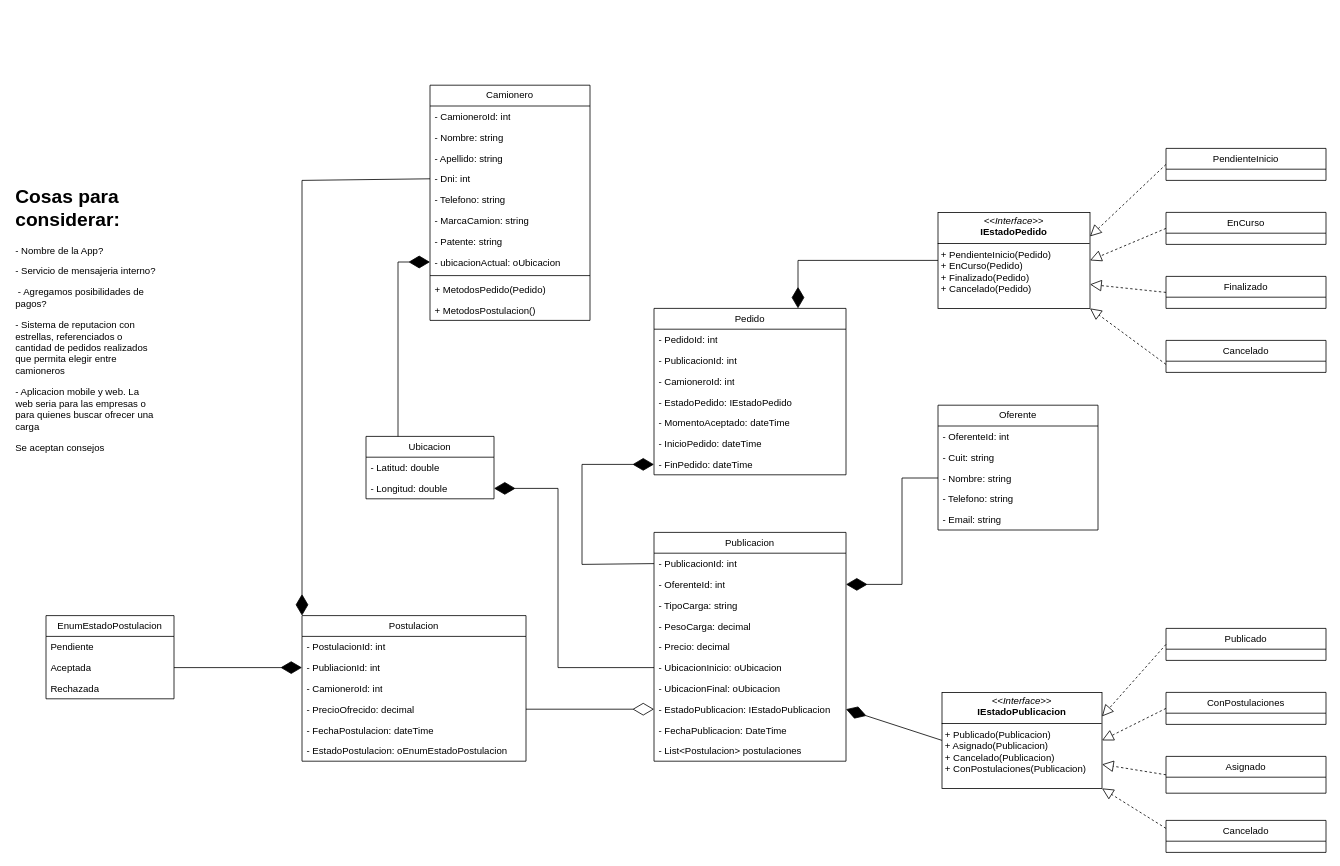
Earlier version of the draw.io diagram CargaGO.drawio (Francisco-Galea/Diagramas-y-Otros). Source tidied: cells renumbered, new cells numbered last; positions are measured from the earlier drawing's top-left corner, leaving out a move shared by most shapes. Both pictures are drawn from the tidied source at 80%, with x=0, y=0 at pixel (14, 85).
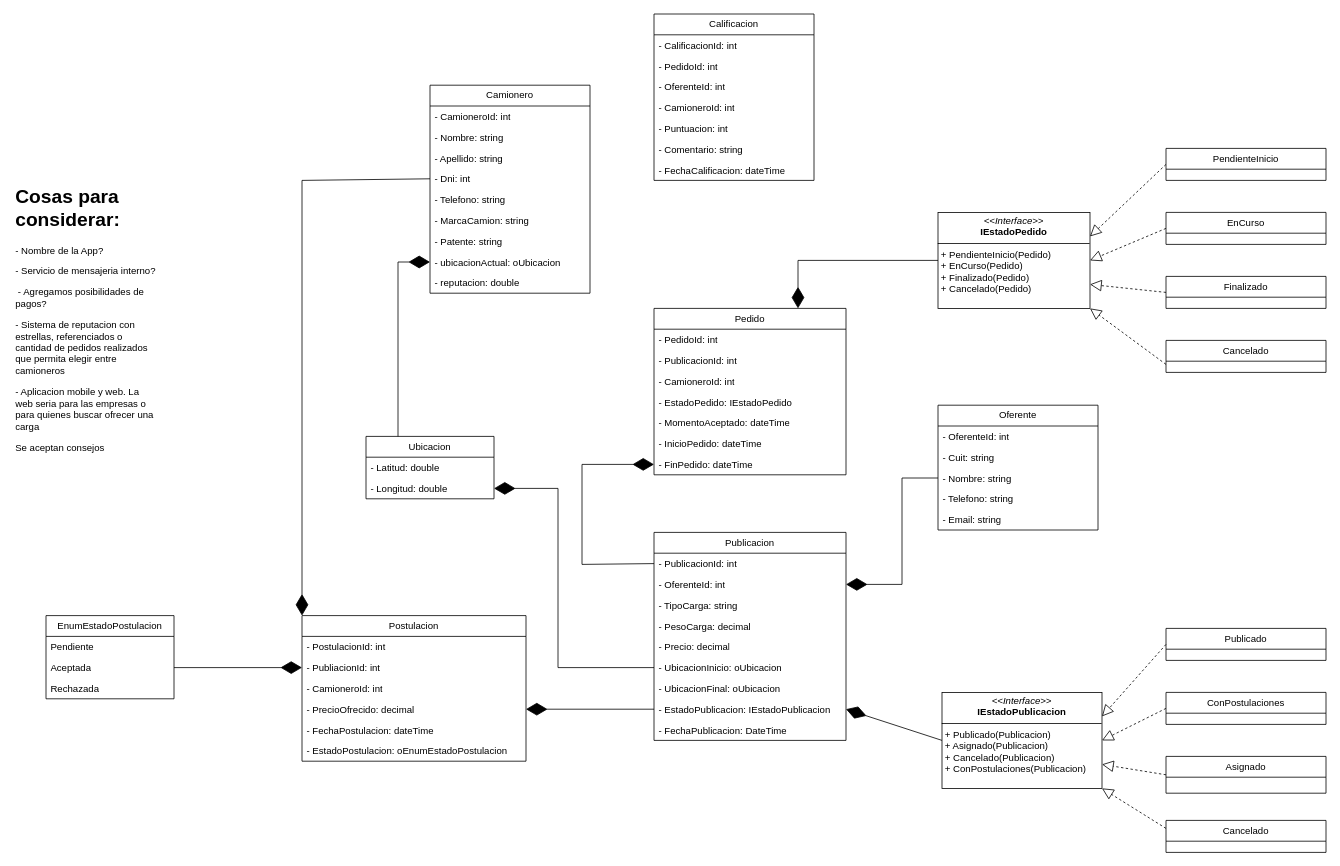
The same diagram, later.

Unchanged cells that the change refers to:
```xml
<mxCell id="28" value="- EstadoPublicacion: IEstadoPublicacion" style="text;strokeColor=none;fillColor=none;align=left;verticalAlign=top;spacingLeft=4;spacingRight=4;overflow=hidden;points=[[0,0.5],[1,0.5]];portConstraint=eastwest;whiteSpace=wrap;html=1;" parent="20" vertex="1">
  <mxGeometry y="208" width="240" height="26" as="geometry" />
</mxCell>
<mxCell id="46" value="- PrecioOfrecido: decimal" style="text;strokeColor=none;fillColor=none;align=left;verticalAlign=top;spacingLeft=4;spacingRight=4;overflow=hidden;points=[[0,0.5],[1,0.5]];portConstraint=eastwest;whiteSpace=wrap;html=1;" parent="42" vertex="1">
  <mxGeometry y="104" width="280" height="26" as="geometry" />
</mxCell>
```

Diff of the diagram source:
```diff
@@
     <mxCell id="2" value="Camionero" style="swimlane;fontStyle=0;horizontal=1;startSize=26;fillColor=none;whiteSpace=wrap;html=1;" parent="1" vertex="1">
-      <mxGeometry x="520" width="200" height="294" as="geometry" />
+      <mxGeometry x="520" width="200" height="260" as="geometry" />
     </mxCell>
@@
-    <mxCell id="11" style="line;strokeWidth=1;fillColor=none;align=left;verticalAlign=middle;spacingTop=-1;spacingLeft=3;spacingRight=3;labelPosition=right;strokeColor=inherit;" parent="2" vertex="1">
-      <mxGeometry y="234" width="200" height="8" as="geometry" />
-    </mxCell>
-    <mxCell id="12" value="+ MetodosPedido(Pedido)" style="text;strokeColor=none;fillColor=none;align=left;verticalAlign=top;spacingLeft=4;spacingRight=4;overflow=hidden;whiteSpace=wrap;html=1;" parent="2" vertex="1">
-      <mxGeometry y="242" width="200" height="26" as="geometry" />
-    </mxCell>
-    <mxCell id="13" value="+ MetodosPostulacion()" style="text;strokeColor=none;fillColor=none;align=left;verticalAlign=top;spacingLeft=4;spacingRight=4;overflow=hidden;whiteSpace=wrap;html=1;" parent="2" vertex="1">
-      <mxGeometry y="268" width="200" height="26" as="geometry" />
-    </mxCell>
+    <mxCell id="81" value="- reputacion: double" style="text;strokeColor=none;fillColor=none;align=left;verticalAlign=top;spacingLeft=4;spacingRight=4;overflow=hidden;whiteSpace=wrap;html=1;" parent="2" vertex="1">
+      <mxGeometry y="234" width="200" height="26" as="geometry" />
+    </mxCell>
@@
     <mxCell id="20" value="Publicacion" style="swimlane;fontStyle=0;horizontal=1;startSize=26;fillColor=none;whiteSpace=wrap;html=1;" parent="1" vertex="1">
-      <mxGeometry x="800" y="559" width="240" height="286" as="geometry" />
+      <mxGeometry x="800" y="559" width="240" height="260" as="geometry" />
     </mxCell>
@@
-    <mxCell id="30" value="- List&amp;lt;Postulacion&amp;gt; postulaciones" style="text;strokeColor=none;fillColor=none;align=left;verticalAlign=top;spacingLeft=4;spacingRight=4;overflow=hidden;whiteSpace=wrap;html=1;" parent="20" vertex="1">
-      <mxGeometry y="260" width="240" height="26" as="geometry" />
-    </mxCell>
@@
-    <mxCell id="64" style="endArrow=diamondThin;endFill=0;endSize=24;html=1;rounded=0;entryX=0;entryY=0.5;entryDx=0;entryDy=0;exitX=1;exitY=0.5;exitDx=0;exitDy=0;" parent="1" edge="1" source="46" target="28">
-      <mxGeometry relative="1" as="geometry" />
-    </mxCell>
@@
+    <mxCell id="82" style="endArrow=diamondThin;endFill=1;endSize=24;html=1;rounded=0;exitX=0;exitY=0.5;exitDx=0;exitDy=0;entryX=1;entryY=0.5;entryDx=0;entryDy=0;" parent="1" edge="1" source="28" target="46">
+      <mxGeometry relative="1" as="geometry" />
+    </mxCell>
+    <mxCell id="83" value="Calificacion" style="swimlane;fontStyle=0;horizontal=1;startSize=26;fillColor=none;whiteSpace=wrap;html=1;" parent="1" vertex="1">
+      <mxGeometry x="800" y="-89" width="200" height="208" as="geometry" />
+    </mxCell>
+    <mxCell id="84" value="- CalificacionId: int" style="text;strokeColor=none;fillColor=none;align=left;verticalAlign=top;spacingLeft=4;spacingRight=4;overflow=hidden;whiteSpace=wrap;html=1;" parent="83" vertex="1">
+      <mxGeometry y="26" width="200" height="26" as="geometry" />
+    </mxCell>
+    <mxCell id="85" value="- PedidoId: int" style="text;strokeColor=none;fillColor=none;align=left;verticalAlign=top;spacingLeft=4;spacingRight=4;overflow=hidden;whiteSpace=wrap;html=1;" parent="83" vertex="1">
+      <mxGeometry y="52" width="200" height="26" as="geometry" />
+    </mxCell>
+    <mxCell id="86" value="- OferenteId: int" style="text;strokeColor=none;fillColor=none;align=left;verticalAlign=top;spacingLeft=4;spacingRight=4;overflow=hidden;whiteSpace=wrap;html=1;" parent="83" vertex="1">
+      <mxGeometry y="78" width="200" height="26" as="geometry" />
+    </mxCell>
+    <mxCell id="87" value="- CamioneroId: int" style="text;strokeColor=none;fillColor=none;align=left;verticalAlign=top;spacingLeft=4;spacingRight=4;overflow=hidden;whiteSpace=wrap;html=1;" parent="83" vertex="1">
+      <mxGeometry y="104" width="200" height="26" as="geometry" />
+    </mxCell>
+    <mxCell id="88" value="- Puntuacion: int" style="text;strokeColor=none;fillColor=none;align=left;verticalAlign=top;spacingLeft=4;spacingRight=4;overflow=hidden;whiteSpace=wrap;html=1;" parent="83" vertex="1">
+      <mxGeometry y="130" width="200" height="26" as="geometry" />
+    </mxCell>
+    <mxCell id="89" value="- Comentario: string" style="text;strokeColor=none;fillColor=none;align=left;verticalAlign=top;spacingLeft=4;spacingRight=4;overflow=hidden;whiteSpace=wrap;html=1;" parent="83" vertex="1">
+      <mxGeometry y="156" width="200" height="26" as="geometry" />
+    </mxCell>
+    <mxCell id="90" value="- FechaCalificacion: dateTime" style="text;strokeColor=none;fillColor=none;align=left;verticalAlign=top;spacingLeft=4;spacingRight=4;overflow=hidden;whiteSpace=wrap;html=1;" parent="83" vertex="1">
+      <mxGeometry y="182" width="200" height="26" as="geometry" />
+    </mxCell>
```
